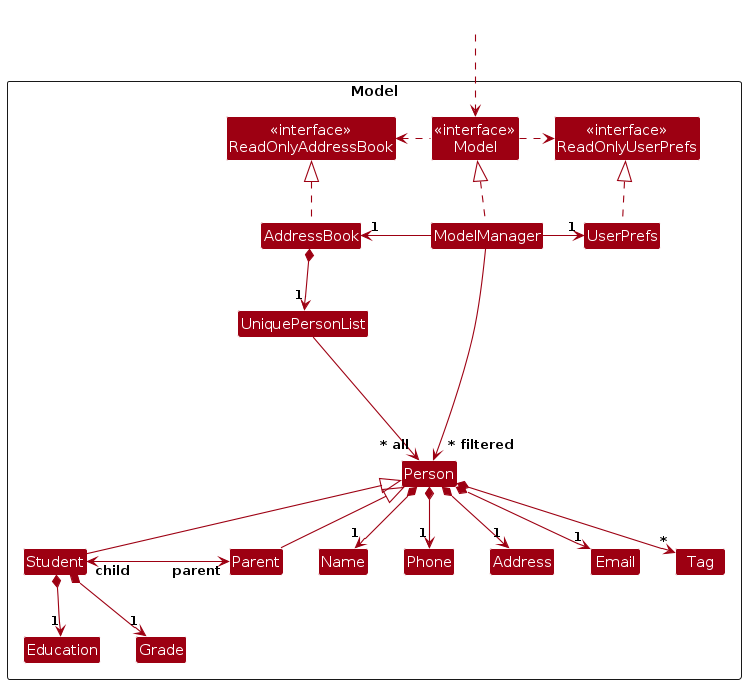
Before: diagrams/ModelClassDiagram.png, a diagram exported from PlantUML (oneBoz/tp). Its source is kept beside it as diagrams/ModelClassDiagram.puml. The source it was exported from:
```plantuml
@startuml
!include style.puml
skinparam arrowThickness 1.1
skinparam arrowColor MODEL_COLOR
skinparam classBackgroundColor MODEL_COLOR

Package Model as ModelPackage <<Rectangle>>{
Class "<<interface>>\nReadOnlyAddressBook" as ReadOnlyAddressBook
Class "<<interface>>\nReadOnlyUserPrefs" as ReadOnlyUserPrefs
Class "<<interface>>\nModel" as Model
Class AddressBook
Class ModelManager
Class UserPrefs

Class UniquePersonList
Class Person
Class Address
Class Email
Class Name
Class Phone
Class Tag
Class Student extends Person
Class Education
Class Grade
Class Parent extends Person

Class I #FFFFFF
}

Class HiddenOutside #FFFFFF
HiddenOutside ..> Model

AddressBook .up.|> ReadOnlyAddressBook

ModelManager .up.|> Model
Model .right.> ReadOnlyUserPrefs
Model .left.> ReadOnlyAddressBook
ModelManager -left-> "1" AddressBook
ModelManager -right-> "1" UserPrefs
UserPrefs .up.|> ReadOnlyUserPrefs

AddressBook *--> "1" UniquePersonList
UniquePersonList --> "~* all" Person
Person *--> "1" Name
Person *--> "1" Phone
Person *--> "1" Email
Person *--> "1" Address
Person *--> "*" Tag

Student *--> "1" Grade
Student *--> "1" Education
Student "child" <-right-> "parent"Parent:"                     "

Person -[hidden]up--> I
UniquePersonList -[hidden]right-> I

Name -[hidden]right-> Phone
Phone -[hidden]right-> Address
Address -[hidden]right-> Email

ModelManager --> "~* filtered" Person
@enduml
```
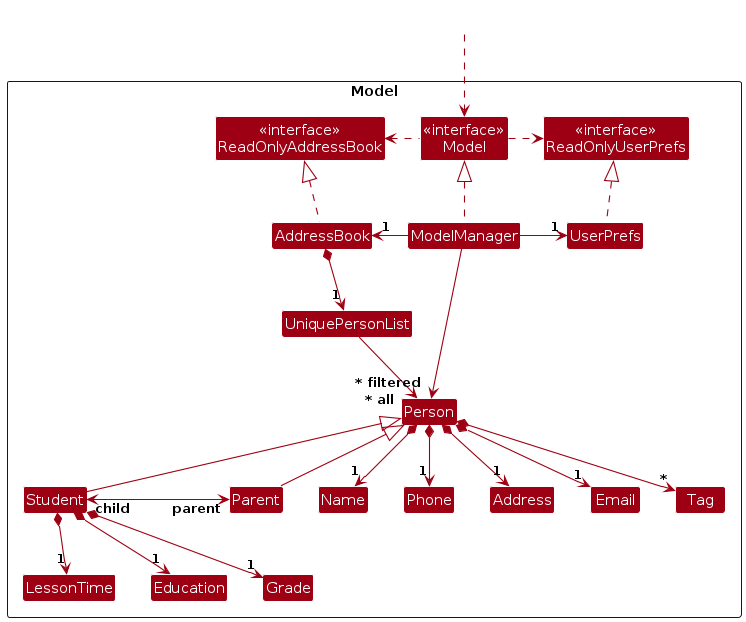
Later version of the same file.

What changed in the source:
```diff
@@ -5,12 +5,15 @@
 skinparam classBackgroundColor MODEL_COLOR
 
 Package Model as ModelPackage <<Rectangle>>{
+
+Class "<<interface>>\nModel" as Model
+Class ModelManager
+
+Class "<<interface>>\nReadOnlyUserPrefs" as ReadOnlyUserPrefs
+Class UserPrefs
+
 Class "<<interface>>\nReadOnlyAddressBook" as ReadOnlyAddressBook
-Class "<<interface>>\nReadOnlyUserPrefs" as ReadOnlyUserPrefs
-Class "<<interface>>\nModel" as Model
 Class AddressBook
-Class ModelManager
-Class UserPrefs
 
 Class UniquePersonList
 Class Person
@@ -20,11 +23,12 @@
 Class Phone
 Class Tag
 Class Student extends Person
+Class LessonTime
 Class Education
 Class Grade
 Class Parent extends Person
 
-Class I #FFFFFF
+
 }
 
 Class HiddenOutside #FFFFFF
@@ -49,10 +53,9 @@
 
 Student *--> "1" Grade
 Student *--> "1" Education
-Student "child" <-right-> "parent"Parent:"                     "
+Student *--> "1" LessonTime
+Student "child" <--right-> "parent"Parent:"                     "
 
-Person -[hidden]up--> I
-UniquePersonList -[hidden]right-> I
 
 Name -[hidden]right-> Phone
 Phone -[hidden]right-> Address
```
